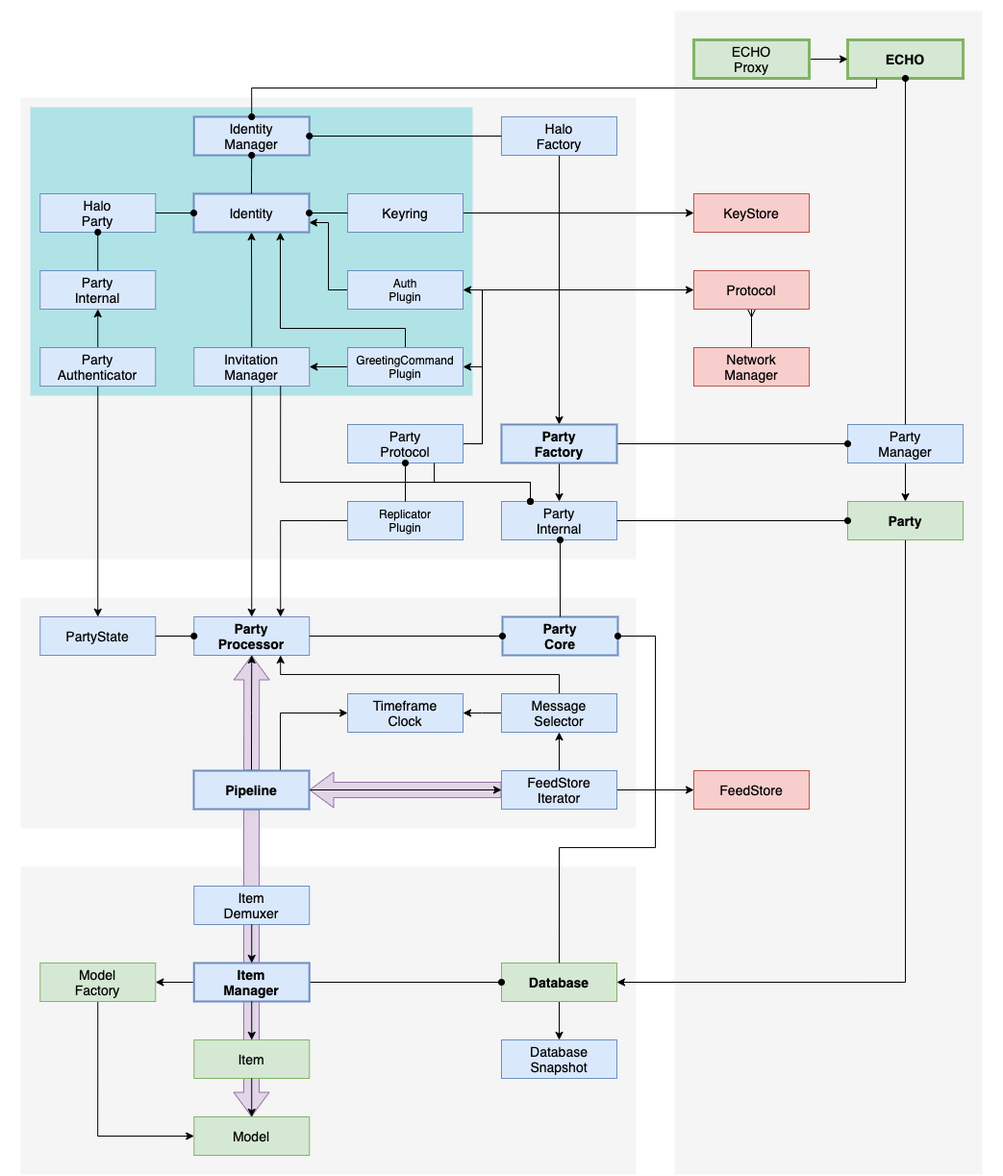
This is docs/diagrams/echo-architecture.png from dxos/dxos, a draw.io export, as it was before one commit. Source tidied: cells renumbered, new cells last; positions are measured from the earlier drawing's top-left corner, leaving out a move shared by most shapes.
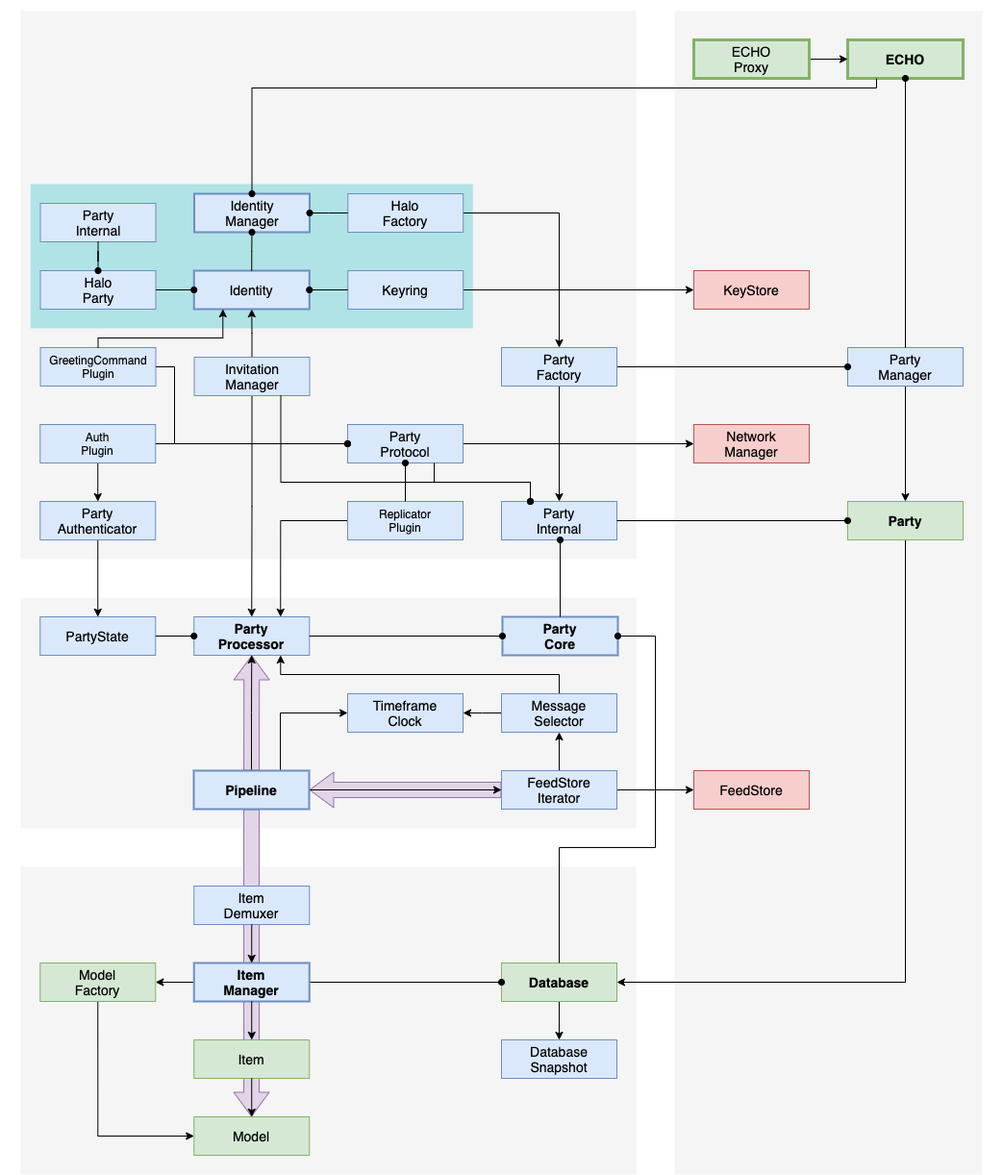
Above is the later version.

What changed in the source:
```diff
@@ -6,7 +6,7 @@
       <mxGeometry x="20" y="620" width="640" height="240" as="geometry" />
     </mxCell>
     <mxCell id="3" style="rounded=0;whiteSpace=wrap;html=1;fontSize=14;fontFamily=Helvetica;fontStyle=0;fillColor=#f5f5f5;dashed=1;fontColor=#333333;strokeColor=none;" parent="1" vertex="1">
-      <mxGeometry x="20" y="100" width="640" height="480" as="geometry" />
+      <mxGeometry x="20" y="10" width="640" height="570" as="geometry" />
     </mxCell>
     <mxCell id="4" style="rounded=0;whiteSpace=wrap;html=1;fontSize=14;fontFamily=Helvetica;fontStyle=0;fillColor=#f5f5f5;dashed=1;fontColor=#333333;strokeColor=none;" parent="1" vertex="1">
       <mxGeometry x="700" y="10" width="320" height="1210" as="geometry" />
@@ -15,13 +15,13 @@
       <mxGeometry x="20" y="900" width="640" height="320" as="geometry" />
     </mxCell>
     <mxCell id="6" style="rounded=0;whiteSpace=wrap;html=1;fontSize=14;fontFamily=Helvetica;fontStyle=0;fillColor=#b0e3e6;strokeColor=none;" parent="1" vertex="1">
-      <mxGeometry x="30" y="110" width="460" height="300" as="geometry" />
+      <mxGeometry x="30.2" y="190" width="460" height="150" as="geometry" />
     </mxCell>
     <mxCell id="7" style="edgeStyle=orthogonalEdgeStyle;rounded=0;jettySize=auto;html=1;exitX=0.5;exitY=1;exitDx=0;exitDy=0;fontSize=12;startArrow=none;startFill=0;endArrow=classic;endFill=1;" parent="1" edge="1" source="8" target="26">
       <mxGeometry relative="1" as="geometry" />
     </mxCell>
     <mxCell id="8" value="Party&lt;br&gt;Manager" style="rounded=0;whiteSpace=wrap;html=1;fontSize=14;fontFamily=Helvetica;fillColor=#dae8fc;strokeColor=#6c8ebf;fontStyle=0;strokeWidth=1;" parent="1" vertex="1">
-      <mxGeometry x="880" y="440" width="120" height="40" as="geometry" />
+      <mxGeometry x="880" y="360" width="120" height="40" as="geometry" />
     </mxCell>
     <mxCell id="9" style="edgeStyle=orthogonalEdgeStyle;rounded=0;jettySize=auto;html=1;entryX=1;entryY=0.5;entryDx=0;entryDy=0;fontSize=12;startArrow=none;startFill=0;endArrow=classic;endFill=1;exitX=0.5;exitY=1;exitDx=0;exitDy=0;" parent="1" edge="1" source="26" target="28">
       <mxGeometry relative="1" as="geometry" />
@@ -42,7 +42,7 @@
       <mxGeometry x="360" y="720" width="120" height="40" as="geometry" />
     </mxCell>
     <mxCell id="15" value="Identity&lt;br&gt;Manager" style="rounded=0;whiteSpace=wrap;html=1;fontSize=14;fontFamily=Helvetica;fillColor=#dae8fc;strokeColor=#6c8ebf;fontStyle=0;strokeWidth=2;" parent="1" vertex="1">
-      <mxGeometry x="200.2" y="120" width="120" height="40" as="geometry" />
+      <mxGeometry x="200.5" y="200" width="120" height="40" as="geometry" />
     </mxCell>
     <mxCell id="16" style="edgeStyle=orthogonalEdgeStyle;rounded=0;jettySize=auto;html=1;exitX=0.5;exitY=1;exitDx=0;exitDy=0;entryX=0;entryY=0.5;entryDx=0;entryDy=0;endArrow=classic;endFill=1;startArrow=none;startFill=0;" parent="1" edge="1" source="17" target="45">
       <mxGeometry relative="1" as="geometry" />
@@ -50,11 +50,8 @@
     <mxCell id="17" value="Model&lt;br&gt;Factory" style="rounded=0;whiteSpace=wrap;html=1;fontSize=14;fontFamily=Helvetica;fillColor=#d5e8d4;strokeColor=#82b366;fontStyle=0;strokeWidth=1;" parent="1" vertex="1">
       <mxGeometry x="40.2" y="1000" width="120" height="40" as="geometry" />
     </mxCell>
-    <mxCell id="18" style="edgeStyle=orthogonalEdgeStyle;rounded=0;jettySize=auto;html=1;exitX=0.5;exitY=0;exitDx=0;exitDy=0;fontSize=12;startArrow=none;startFill=0;endArrow=ERmany;endFill=0;" parent="1" edge="1" source="19" target="61">
-      <mxGeometry relative="1" as="geometry" />
-    </mxCell>
     <mxCell id="19" value="Network&lt;br&gt;Manager" style="rounded=0;whiteSpace=wrap;html=1;fontSize=14;fontFamily=Helvetica;fillColor=#f8cecc;strokeColor=#b85450;fontStyle=0;strokeWidth=1;" parent="1" vertex="1">
-      <mxGeometry x="720" y="360" width="120" height="40" as="geometry" />
+      <mxGeometry x="720" y="440" width="120" height="40" as="geometry" />
     </mxCell>
     <mxCell id="20" style="edgeStyle=orthogonalEdgeStyle;rounded=0;jettySize=auto;html=1;exitX=0.5;exitY=1;exitDx=0;exitDy=0;entryX=0.5;entryY=0;entryDx=0;entryDy=0;" parent="1" edge="1" source="22" target="12">
       <mxGeometry relative="1" as="geometry" />
@@ -63,13 +60,13 @@
       <mxGeometry relative="1" as="geometry" />
     </mxCell>
     <mxCell id="22" value="Invitation&lt;br&gt;Manager" style="rounded=0;whiteSpace=wrap;html=1;fontSize=14;fontFamily=Helvetica;fillColor=#dae8fc;strokeColor=#6c8ebf;fontStyle=0;strokeWidth=1;" parent="1" vertex="1">
-      <mxGeometry x="200.2" y="360" width="120" height="40" as="geometry" />
+      <mxGeometry x="200.5" y="370" width="120" height="40" as="geometry" />
     </mxCell>
     <mxCell id="23" style="edgeStyle=orthogonalEdgeStyle;rounded=0;jettySize=auto;html=1;exitX=0.5;exitY=0;exitDx=0;exitDy=0;endArrow=classic;" parent="1" edge="1" source="78" target="79">
       <mxGeometry relative="1" as="geometry" />
     </mxCell>
     <mxCell id="24" value="KeyStore" style="rounded=0;whiteSpace=wrap;html=1;fontSize=14;fontFamily=Helvetica;fillColor=#f8cecc;strokeColor=#b85450;fontStyle=0;strokeWidth=1;" parent="1" vertex="1">
-      <mxGeometry x="720" y="200" width="120" height="40" as="geometry" />
+      <mxGeometry x="720" y="280" width="120" height="40" as="geometry" />
     </mxCell>
     <mxCell id="25" value="ECHO" style="rounded=0;whiteSpace=wrap;html=1;fontSize=14;fontFamily=Helvetica;fillColor=#d5e8d4;strokeColor=#82b366;fontStyle=1;strokeWidth=3;" parent="1" vertex="1">
       <mxGeometry x="880" y="40" width="120" height="40" as="geometry" />
@@ -103,7 +100,7 @@
       </mxGeometry>
     </mxCell>
     <mxCell id="32" value="Halo&lt;br&gt;Party" style="rounded=0;whiteSpace=wrap;html=1;fontSize=14;fontFamily=Helvetica;fillColor=#dae8fc;strokeColor=#6c8ebf;fontStyle=0;strokeWidth=1;" parent="1" vertex="1">
-      <mxGeometry x="40.2" y="200" width="120" height="40" as="geometry" />
+      <mxGeometry x="40.5" y="280" width="120" height="40" as="geometry" />
     </mxCell>
     <mxCell id="33" value="FeedStore" style="rounded=0;whiteSpace=wrap;html=1;fontSize=14;fontFamily=Helvetica;fillColor=#f8cecc;strokeColor=#b85450;fontStyle=0;strokeWidth=1;" parent="1" vertex="1">
       <mxGeometry x="720" y="800" width="120" height="40" as="geometry" />
@@ -112,7 +109,7 @@
       <mxGeometry relative="1" as="geometry" />
     </mxCell>
     <mxCell id="35" value="Keyring" style="rounded=0;whiteSpace=wrap;html=1;fontSize=14;fontFamily=Helvetica;fillColor=#dae8fc;strokeColor=#6c8ebf;fontStyle=0;strokeWidth=1;" parent="1" vertex="1">
-      <mxGeometry x="360" y="200" width="120" height="40" as="geometry" />
+      <mxGeometry x="360.2" y="280" width="120" height="40" as="geometry" />
     </mxCell>
     <mxCell id="36" style="edgeStyle=orthogonalEdgeStyle;rounded=0;jettySize=auto;html=1;exitX=0;exitY=0.5;exitDx=0;exitDy=0;entryX=1;entryY=0.5;entryDx=0;entryDy=0;startArrow=oval;startFill=1;endArrow=none;endFill=0;" parent="1" edge="1" source="28" target="47">
       <mxGeometry relative="1" as="geometry" />
@@ -172,25 +169,14 @@
     <mxCell id="53" value="Database&lt;br&gt;Snapshot" style="rounded=0;whiteSpace=wrap;html=1;fontSize=14;fontFamily=Helvetica;fillColor=#dae8fc;strokeColor=#6c8ebf;fontStyle=0;strokeWidth=1;" parent="1" vertex="1">
       <mxGeometry x="520" y="1080" width="120" height="40" as="geometry" />
     </mxCell>
-    <mxCell id="54" style="edgeStyle=orthogonalEdgeStyle;rounded=0;jettySize=auto;html=1;exitX=0;exitY=0.5;exitDx=0;exitDy=0;entryX=1;entryY=0.75;entryDx=0;entryDy=0;fontSize=12;startArrow=none;startFill=0;endArrow=classic;endFill=1;" parent="1" edge="1" source="55" target="84">
-      <mxGeometry relative="1" as="geometry" />
-    </mxCell>
+    <mxCell id="96" style="edgeStyle=orthogonalEdgeStyle;rounded=0;jettySize=auto;html=1;" parent="1" edge="1" source="55" target="67">
+      <mxGeometry relative="1" as="geometry" />
+    </mxCell>
     <mxCell id="55" value="Auth&lt;br style=&quot;font-size: 12px;&quot;&gt;Plugin" style="rounded=0;whiteSpace=wrap;html=1;fontSize=12;fontFamily=Helvetica;fillColor=#dae8fc;strokeColor=#6c8ebf;fontStyle=0;strokeWidth=1;" parent="1" vertex="1">
-      <mxGeometry x="360" y="280" width="120" height="40" as="geometry" />
+      <mxGeometry x="40.2" y="440" width="120" height="40" as="geometry" />
     </mxCell>
-    <mxCell id="56" style="edgeStyle=orthogonalEdgeStyle;rounded=0;jettySize=auto;html=1;exitX=0;exitY=0.5;exitDx=0;exitDy=0;entryX=1;entryY=0.5;entryDx=0;entryDy=0;fontSize=12;startArrow=none;startFill=0;endArrow=classic;endFill=1;" parent="1" edge="1" source="58" target="22">
-      <mxGeometry relative="1" as="geometry" />
-    </mxCell>
-    <mxCell id="57" style="edgeStyle=orthogonalEdgeStyle;rounded=0;jettySize=auto;html=1;exitX=0.5;exitY=0;exitDx=0;exitDy=0;fontSize=12;startArrow=none;startFill=0;endArrow=classic;endFill=1;entryX=0.75;entryY=1;entryDx=0;entryDy=0;" parent="1" edge="1" source="58" target="84">
-      <mxGeometry relative="1" as="geometry">
-        <Array as="points">
-          <mxPoint x="421" y="340" />
-          <mxPoint x="291" y="340" />
-        </Array>
-      </mxGeometry>
-    </mxCell>
     <mxCell id="58" value="GreetingCommand&lt;br style=&quot;font-size: 12px;&quot;&gt;Plugin" style="rounded=0;whiteSpace=wrap;html=1;fontSize=12;fontFamily=Helvetica;fillColor=#dae8fc;strokeColor=#6c8ebf;fontStyle=0;strokeWidth=1;" parent="1" vertex="1">
-      <mxGeometry x="360" y="360" width="120" height="40" as="geometry" />
+      <mxGeometry x="40.5" y="360" width="120" height="40" as="geometry" />
     </mxCell>
     <mxCell id="59" style="edgeStyle=orthogonalEdgeStyle;rounded=0;jettySize=auto;html=1;exitX=0;exitY=0.5;exitDx=0;exitDy=0;entryX=0.75;entryY=0;entryDx=0;entryDy=0;fontSize=12;startArrow=none;startFill=0;endArrow=classic;endFill=1;" parent="1" edge="1" source="60" target="12">
       <mxGeometry relative="1" as="geometry" />
@@ -198,9 +184,6 @@
     <mxCell id="60" value="Replicator&lt;br style=&quot;font-size: 12px;&quot;&gt;Plugin" style="rounded=0;whiteSpace=wrap;html=1;fontSize=12;fontFamily=Helvetica;fillColor=#dae8fc;strokeColor=#6c8ebf;fontStyle=0;strokeWidth=1;" parent="1" vertex="1">
       <mxGeometry x="360" y="520" width="120" height="40" as="geometry" />
     </mxCell>
-    <mxCell id="61" value="Protocol" style="rounded=0;whiteSpace=wrap;html=1;fontSize=14;fontFamily=Helvetica;fillColor=#f8cecc;strokeColor=#b85450;fontStyle=0;strokeWidth=1;" parent="1" vertex="1">
-      <mxGeometry x="720" y="280" width="120" height="40" as="geometry" />
-    </mxCell>
     <mxCell id="62" value="Party&lt;br&gt;Internal" style="rounded=0;whiteSpace=wrap;html=1;fontSize=14;fontFamily=Helvetica;fillColor=#dae8fc;strokeColor=#6c8ebf;fontStyle=0;strokeWidth=1;" parent="1" vertex="1">
       <mxGeometry x="520" y="520" width="120" height="40" as="geometry" />
     </mxCell>
@@ -213,11 +196,8 @@
     <mxCell id="65" style="edgeStyle=orthogonalEdgeStyle;rounded=0;jettySize=auto;html=1;exitX=0.5;exitY=1;exitDx=0;exitDy=0;entryX=0.5;entryY=0;entryDx=0;entryDy=0;fontSize=12;startArrow=none;startFill=0;endArrow=classic;endFill=1;" parent="1" edge="1" source="67" target="13">
       <mxGeometry relative="1" as="geometry" />
     </mxCell>
-    <mxCell id="66" style="edgeStyle=orthogonalEdgeStyle;rounded=0;jettySize=auto;html=1;exitX=0.5;exitY=0;exitDx=0;exitDy=0;startArrow=none;startFill=0;endArrow=classic;endFill=1;" parent="1" edge="1" source="67" target="80">
-      <mxGeometry relative="1" as="geometry" />
-    </mxCell>
     <mxCell id="67" value="Party&lt;br&gt;Authenticator" style="rounded=0;whiteSpace=wrap;html=1;fontSize=14;fontFamily=Helvetica;fillColor=#dae8fc;strokeColor=#6c8ebf;fontStyle=0;strokeWidth=1;" parent="1" vertex="1">
-      <mxGeometry x="40.2" y="360" width="120" height="40" as="geometry" />
+      <mxGeometry x="40.2" y="520" width="120" height="40" as="geometry" />
     </mxCell>
     <mxCell id="68" style="edgeStyle=orthogonalEdgeStyle;rounded=0;jettySize=auto;html=1;exitX=0;exitY=0.5;exitDx=0;exitDy=0;entryX=1;entryY=0.5;entryDx=0;entryDy=0;fontSize=12;startArrow=oval;startFill=1;endArrow=none;endFill=0;" parent="1" edge="1" source="26" target="62">
       <mxGeometry relative="1" as="geometry" />
@@ -236,19 +216,8 @@
         <mxPoint x="581" y="560" as="targetPoint" />
       </mxGeometry>
     </mxCell>
-    <mxCell id="73" style="edgeStyle=orthogonalEdgeStyle;rounded=0;jettySize=auto;html=1;exitX=1;exitY=0.5;exitDx=0;exitDy=0;entryX=1;entryY=0.5;entryDx=0;entryDy=0;endArrow=classic;endFill=1;" parent="1" edge="1" source="76" target="55">
-      <mxGeometry relative="1" as="geometry" />
-    </mxCell>
-    <mxCell id="74" style="edgeStyle=orthogonalEdgeStyle;rounded=0;jettySize=auto;html=1;exitX=1;exitY=0.5;exitDx=0;exitDy=0;entryX=1;entryY=0.5;entryDx=0;entryDy=0;endArrow=classic;endFill=1;" parent="1" edge="1" source="76" target="58">
-      <mxGeometry relative="1" as="geometry" />
-    </mxCell>
-    <mxCell id="75" style="edgeStyle=orthogonalEdgeStyle;rounded=0;jettySize=auto;html=1;exitX=1;exitY=0.5;exitDx=0;exitDy=0;entryX=0;entryY=0.5;entryDx=0;entryDy=0;endArrow=classic;endFill=1;" parent="1" edge="1" source="76" target="61">
-      <mxGeometry relative="1" as="geometry">
-        <Array as="points">
-          <mxPoint x="500" y="460" />
-          <mxPoint x="500" y="300" />
-        </Array>
-      </mxGeometry>
+    <mxCell id="75" style="edgeStyle=orthogonalEdgeStyle;rounded=0;jettySize=auto;html=1;exitX=1;exitY=0.5;exitDx=0;exitDy=0;endArrow=classic;endFill=1;entryX=0;entryY=0.5;entryDx=0;entryDy=0;" parent="1" edge="1" source="76" target="19">
+      <mxGeometry relative="1" as="geometry" />
     </mxCell>
     <mxCell id="76" value="Party&lt;br&gt;Protocol" style="rounded=0;whiteSpace=wrap;html=1;fontSize=14;fontFamily=Helvetica;fillColor=#dae8fc;strokeColor=#6c8ebf;fontStyle=0;strokeWidth=1;" parent="1" vertex="1">
       <mxGeometry x="360" y="440" width="120" height="40" as="geometry" />
@@ -269,19 +238,19 @@
       <mxGeometry x="520" y="720" width="120" height="40" as="geometry" />
     </mxCell>
     <mxCell id="80" value="Party&lt;br&gt;Internal" style="rounded=0;whiteSpace=wrap;html=1;fontSize=14;fontFamily=Helvetica;fillColor=#dae8fc;strokeColor=#6c8ebf;fontStyle=0;strokeWidth=1;" parent="1" vertex="1">
-      <mxGeometry x="40.2" y="280" width="120" height="40" as="geometry" />
+      <mxGeometry x="40.5" y="210" width="120" height="40" as="geometry" />
     </mxCell>
-    <mxCell id="81" style="edgeStyle=orthogonalEdgeStyle;rounded=0;jettySize=auto;html=1;exitX=0.5;exitY=1;exitDx=0;exitDy=0;entryX=0.5;entryY=0;entryDx=0;entryDy=0;endArrow=none;endFill=0;startArrow=oval;startFill=1;" parent="1" edge="1" source="32" target="80">
+    <mxCell id="81" style="edgeStyle=orthogonalEdgeStyle;rounded=0;jettySize=auto;html=1;endArrow=none;endFill=0;startArrow=oval;startFill=1;" parent="1" edge="1" source="32" target="80">
       <mxGeometry relative="1" as="geometry" />
     </mxCell>
     <mxCell id="82" style="edgeStyle=orthogonalEdgeStyle;rounded=0;jettySize=auto;html=1;entryX=0.5;entryY=0;entryDx=0;entryDy=0;endArrow=classic;endFill=1;" parent="1" edge="1" source="83" target="89">
       <mxGeometry relative="1" as="geometry" />
     </mxCell>
     <mxCell id="83" value="Halo&lt;br&gt;Factory" style="rounded=0;whiteSpace=wrap;html=1;fontSize=14;fontFamily=Helvetica;fillColor=#dae8fc;strokeColor=#6c8ebf;fontStyle=0;strokeWidth=1;" parent="1" vertex="1">
-      <mxGeometry x="520" y="120" width="120" height="40" as="geometry" />
+      <mxGeometry x="360.2" y="200" width="120" height="40" as="geometry" />
     </mxCell>
     <mxCell id="84" value="Identity" style="rounded=0;whiteSpace=wrap;html=1;fontSize=14;fontFamily=Helvetica;fillColor=#dae8fc;strokeColor=#6c8ebf;fontStyle=0;strokeWidth=2;" parent="1" vertex="1">
-      <mxGeometry x="200" y="200" width="120" height="40" as="geometry" />
+      <mxGeometry x="200.2" y="280" width="120" height="40" as="geometry" />
     </mxCell>
     <mxCell id="85" style="edgeStyle=orthogonalEdgeStyle;rounded=0;jettySize=auto;html=1;exitX=0.5;exitY=0;exitDx=0;exitDy=0;entryX=0.5;entryY=1;entryDx=0;entryDy=0;endArrow=oval;endFill=1;" parent="1" edge="1" source="84" target="15">
       <mxGeometry relative="1" as="geometry" />
@@ -295,8 +264,8 @@
     <mxCell id="88" style="edgeStyle=orthogonalEdgeStyle;rounded=0;jettySize=auto;html=1;exitX=1;exitY=0.5;exitDx=0;exitDy=0;entryX=0;entryY=0.5;entryDx=0;entryDy=0;endArrow=oval;endFill=1;" parent="1" edge="1" source="89" target="8">
       <mxGeometry relative="1" as="geometry" />
     </mxCell>
-    <mxCell id="89" value="Party&lt;br&gt;Factory" style="rounded=0;whiteSpace=wrap;html=1;fontSize=14;fontFamily=Helvetica;fillColor=#dae8fc;strokeColor=#6c8ebf;fontStyle=1;strokeWidth=2;" parent="1" vertex="1">
-      <mxGeometry x="520" y="440" width="120" height="40" as="geometry" />
+    <mxCell id="89" value="Party&lt;br&gt;Factory" style="rounded=0;whiteSpace=wrap;html=1;fontSize=14;fontFamily=Helvetica;fillColor=#dae8fc;fontStyle=0;strokeWidth=1;strokeColor=#6c8ebf;" parent="1" vertex="1">
+      <mxGeometry x="520" y="360" width="120" height="40" as="geometry" />
     </mxCell>
     <mxCell id="90" style="edgeStyle=orthogonalEdgeStyle;rounded=0;jettySize=auto;html=1;exitX=0.5;exitY=0;exitDx=0;exitDy=0;entryX=0.5;entryY=1;entryDx=0;entryDy=0;endArrow=oval;endFill=1;" parent="1" edge="1" source="60" target="76">
       <mxGeometry relative="1" as="geometry" />
@@ -327,5 +296,25 @@
         </Array>
       </mxGeometry>
     </mxCell>
+    <mxCell id="97" style="edgeStyle=orthogonalEdgeStyle;rounded=0;jettySize=auto;html=1;exitX=0.5;exitY=0;exitDx=0;exitDy=0;" parent="1" edge="1" source="58">
+      <mxGeometry relative="1" as="geometry">
+        <mxPoint x="230.2" y="320" as="targetPoint" />
+        <Array as="points">
+          <mxPoint x="100.2" y="350" />
+          <mxPoint x="230.2" y="350" />
+        </Array>
+      </mxGeometry>
+    </mxCell>
+    <mxCell id="73" style="edgeStyle=orthogonalEdgeStyle;rounded=0;jettySize=auto;html=1;endArrow=oval;endFill=1;exitX=1;exitY=0.5;exitDx=0;exitDy=0;" parent="1" edge="1" source="55" target="76">
+      <mxGeometry relative="1" as="geometry" />
+    </mxCell>
+    <mxCell id="98" style="edgeStyle=orthogonalEdgeStyle;rounded=0;jettySize=auto;html=1;exitX=1;exitY=0.5;exitDx=0;exitDy=0;entryX=0;entryY=0.5;entryDx=0;entryDy=0;endArrow=oval;endFill=1;" parent="1" edge="1" source="58" target="76">
+      <mxGeometry relative="1" as="geometry">
+        <Array as="points">
+          <mxPoint x="180" y="380" />
+          <mxPoint x="180" y="460" />
+        </Array>
+      </mxGeometry>
+    </mxCell>
   </root>
 </mxGraphModel>
```
